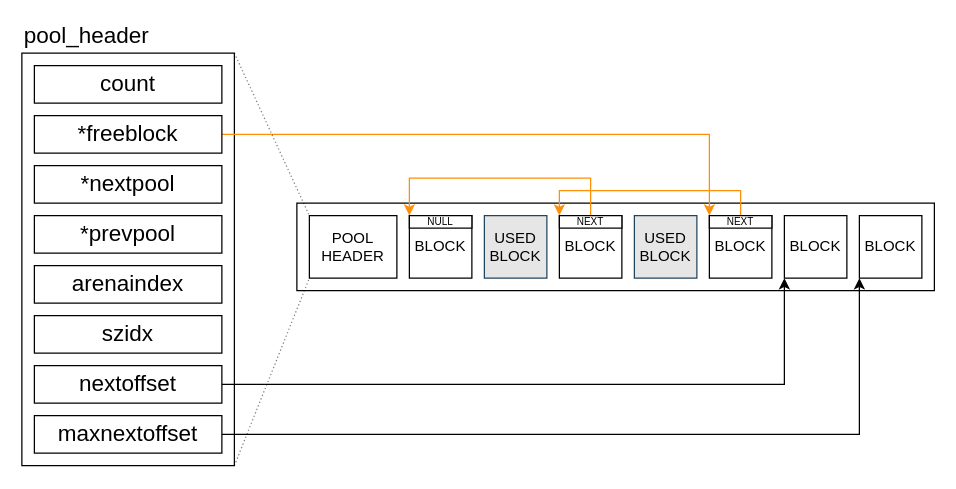
Earlier version of the draw.io diagram page "pool_mid_state" (4 of 12) of source/_posts/cpython-memory-management/graph.drawio (huangsunyang/huangsunyang.github.io). Source tidied: cells renumbered, new cells numbered last; positions are measured from the earlier drawing's top-left corner, leaving out a move shared by most shapes. Both pictures are drawn from the tidied source at 125%, with x=0, y=0 at pixel (21, 52).
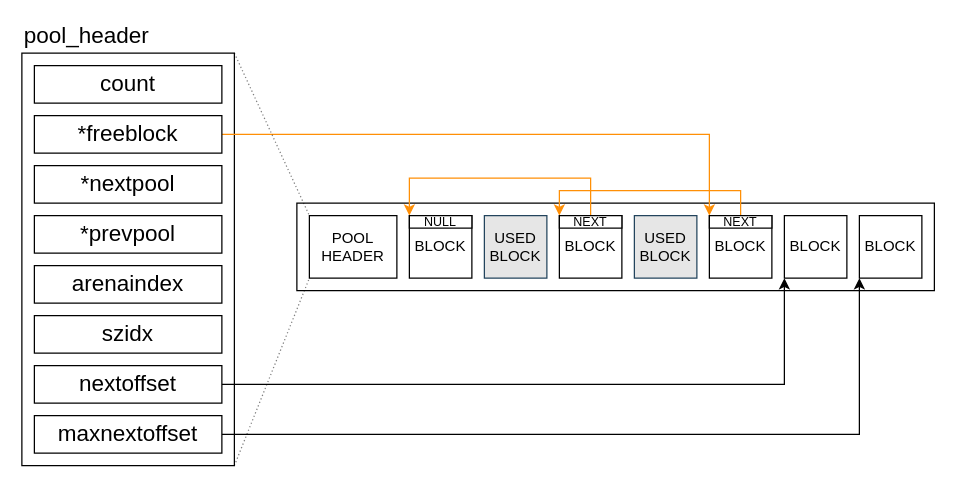
Above is the later version.

The change refers to these unchanged cells:
```xml
<mxCell id="4" value="BLOCK" style="whiteSpace=wrap;html=1;fontSize=12;fontStyle=0;" parent="1" vertex="1">
  <mxGeometry x="310" y="130" width="50" height="50" as="geometry" />
</mxCell>
<mxCell id="7" value="BLOCK" style="whiteSpace=wrap;html=1;fontSize=12;fontStyle=0;" parent="1" vertex="1">
  <mxGeometry x="550" y="130" width="50" height="50" as="geometry" />
</mxCell>
<mxCell id="8" value="BLOCK" style="whiteSpace=wrap;html=1;fontSize=12;fontStyle=0;" parent="1" vertex="1">
  <mxGeometry x="610" y="130" width="50" height="50" as="geometry" />
</mxCell>
<mxCell id="9" value="BLOCK" style="whiteSpace=wrap;html=1;fontSize=12;fontStyle=0;" parent="1" vertex="1">
  <mxGeometry x="670" y="130" width="50" height="50" as="geometry" />
</mxCell>
<mxCell id="13" value="*freeblock" style="rounded=0;whiteSpace=wrap;html=1;fontSize=18;fontStyle=0;" parent="1" vertex="1">
  <mxGeometry x="10" y="50" width="150" height="30" as="geometry" />
</mxCell>
<mxCell id="18" value="nextoffset" style="rounded=0;whiteSpace=wrap;html=1;fontSize=18;fontStyle=0;" parent="1" vertex="1">
  <mxGeometry x="10" y="250" width="150" height="30" as="geometry" />
</mxCell>
<mxCell id="21" value="maxnextoffset" style="rounded=0;whiteSpace=wrap;html=1;fontSize=18;fontStyle=0;" parent="1" vertex="1">
  <mxGeometry x="10" y="290" width="150" height="30" as="geometry" />
</mxCell>
<mxCell id="25" value="BLOCK" style="whiteSpace=wrap;html=1;fontSize=12;fontStyle=0;" parent="1" vertex="1">
  <mxGeometry x="430" y="130" width="50" height="50" as="geometry" />
</mxCell>
```

Change to the diagram source:
```diff
@@
-    <mxCell id="6" style="edgeStyle=orthogonalEdgeStyle;rounded=0;jettySize=auto;html=1;entryX=0;entryY=0;entryDx=0;entryDy=0;fontSize=15;fillColor=#fad7ac;strokeColor=#FF8F06;" parent="1" edge="1" source="7" target="25">
+    <mxCell id="6" style="edgeStyle=orthogonalEdgeStyle;rounded=0;jettySize=auto;html=1;entryX=0;entryY=0;entryDx=0;entryDy=0;fontSize=15;fillColor=#fad7ac;strokeColor=#FF8F06;strokeWidth=1;" parent="1" edge="1" source="7" target="25">
       <mxGeometry relative="1" as="geometry">
         <Array as="points">
           <mxPoint x="575" y="110" />
           <mxPoint x="430" y="110" />
         </Array>
       </mxGeometry>
     </mxCell>
@@
-    <mxCell id="12" style="edgeStyle=orthogonalEdgeStyle;rounded=0;jettySize=auto;html=1;entryX=0;entryY=0;entryDx=0;entryDy=0;fontSize=15;fillColor=#fad7ac;strokeColor=#FF8F06;" parent="1" edge="1" source="13" target="7">
+    <mxCell id="12" style="edgeStyle=orthogonalEdgeStyle;rounded=0;jettySize=auto;html=1;entryX=0;entryY=0;entryDx=0;entryDy=0;fontSize=15;fillColor=#fad7ac;strokeColor=#FF8F06;strokeWidth=1;" parent="1" edge="1" source="13" target="7">
       <mxGeometry relative="1" as="geometry" />
     </mxCell>
@@
-    <mxCell id="17" style="edgeStyle=orthogonalEdgeStyle;rounded=0;jettySize=auto;html=1;entryX=0;entryY=1;entryDx=0;entryDy=0;fontSize=15;" parent="1" edge="1" source="18" target="8">
+    <mxCell id="17" style="edgeStyle=orthogonalEdgeStyle;rounded=0;jettySize=auto;html=1;entryX=0;entryY=1;entryDx=0;entryDy=0;fontSize=15;strokeWidth=1;" parent="1" edge="1" source="18" target="8">
       <mxGeometry relative="1" as="geometry" />
     </mxCell>
@@
-    <mxCell id="20" style="edgeStyle=orthogonalEdgeStyle;rounded=0;comic=0;jettySize=auto;html=1;entryX=0;entryY=1;entryDx=0;entryDy=0;shadow=0;fontSize=12;" parent="1" edge="1" source="21" target="9">
+    <mxCell id="20" style="edgeStyle=orthogonalEdgeStyle;rounded=0;comic=0;jettySize=auto;html=1;entryX=0;entryY=1;entryDx=0;entryDy=0;shadow=0;fontSize=12;strokeWidth=1;" parent="1" edge="1" source="21" target="9">
       <mxGeometry relative="1" as="geometry" />
     </mxCell>
@@
-    <mxCell id="24" style="edgeStyle=orthogonalEdgeStyle;rounded=0;jettySize=auto;html=1;entryX=0;entryY=0;entryDx=0;entryDy=0;fontSize=15;fillColor=#fad7ac;strokeColor=#FF8F06;" parent="1" edge="1" source="25" target="4">
+    <mxCell id="24" style="edgeStyle=orthogonalEdgeStyle;rounded=0;jettySize=auto;html=1;entryX=0;entryY=0;entryDx=0;entryDy=0;fontSize=15;fillColor=#fad7ac;strokeColor=#FF8F06;strokeWidth=1;" parent="1" edge="1" source="25" target="4">
       <mxGeometry relative="1" as="geometry">
         <Array as="points">
           <mxPoint x="455" y="100" />
           <mxPoint x="310" y="100" />
         </Array>
       </mxGeometry>
     </mxCell>
@@
-    <mxCell id="27" value="NEXT" style="rounded=0;whiteSpace=wrap;html=1;fontSize=8;align=center;" parent="1" vertex="1">
+    <mxCell id="27" value="NEXT" style="rounded=0;whiteSpace=wrap;html=1;fontSize=10;align=center;" parent="1" vertex="1">
       <mxGeometry x="550" y="130" width="50" height="10" as="geometry" />
     </mxCell>
-    <mxCell id="28" value="NEXT" style="rounded=0;whiteSpace=wrap;html=1;fontSize=8;align=center;" parent="1" vertex="1">
+    <mxCell id="28" value="NEXT" style="rounded=0;whiteSpace=wrap;html=1;fontSize=10;align=center;" parent="1" vertex="1">
       <mxGeometry x="430" y="130" width="50" height="10" as="geometry" />
     </mxCell>
-    <mxCell id="29" value="NULL" style="rounded=0;whiteSpace=wrap;html=1;fontSize=8;align=center;" parent="1" vertex="1">
+    <mxCell id="29" value="NULL" style="rounded=0;whiteSpace=wrap;html=1;fontSize=10;align=center;" parent="1" vertex="1">
       <mxGeometry x="310" y="130" width="50" height="10" as="geometry" />
     </mxCell>
```
